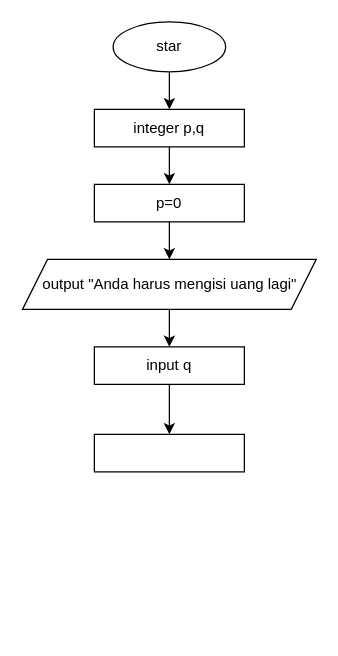
maulliidda/Maulida-Yosi-Hamidah-Vending-Machine-MYH keeps this draw.io diagram as flowchart.drawio. Above is the earlier version. Source tidied: cells renumbered, new cells numbered last; positions are measured from the earlier drawing's top-left corner, leaving out a move shared by most shapes. Both pictures are drawn from the tidied source at 125%, with x=0, y=0 at pixel (22, 21).
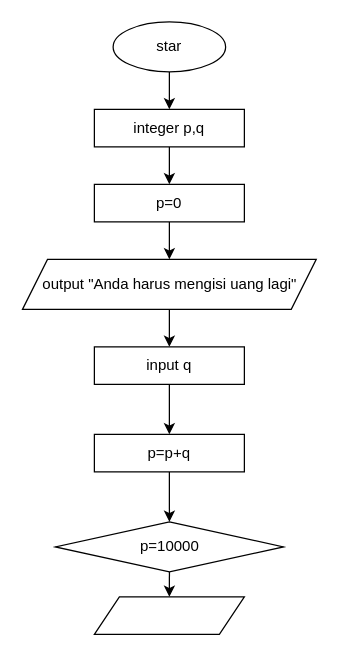
Above is the later version.

Commit message:
If p=10000 while output ambil minuman anda

What changed in the source:
```diff
@@
 <mxGraphModel>
   <root>
     <mxCell id="0" />
     <mxCell id="1" parent="0" />
     <mxCell id="2" style="edgeStyle=none;html=1;" parent="1" edge="1" source="3" target="5">
       <mxGeometry relative="1" as="geometry" />
     </mxCell>
     <mxCell id="3" value="star" style="ellipse;whiteSpace=wrap;html=1;" parent="1" vertex="1">
       <mxGeometry x="72" width="90" height="40" as="geometry" />
     </mxCell>
     <mxCell id="4" style="edgeStyle=none;html=1;" parent="1" edge="1" source="5" target="7">
       <mxGeometry relative="1" as="geometry" />
     </mxCell>
     <mxCell id="5" value="integer p,q" style="whiteSpace=wrap;html=1;" parent="1" vertex="1">
       <mxGeometry x="57" y="70" width="120" height="30" as="geometry" />
     </mxCell>
     <mxCell id="6" style="edgeStyle=none;html=1;" parent="1" edge="1" source="7" target="9">
       <mxGeometry relative="1" as="geometry" />
     </mxCell>
     <mxCell id="7" value="p=0" style="whiteSpace=wrap;html=1;" parent="1" vertex="1">
       <mxGeometry x="57" y="130" width="120" height="30" as="geometry" />
     </mxCell>
     <mxCell id="8" style="edgeStyle=none;html=1;" parent="1" edge="1" source="9" target="11">
       <mxGeometry relative="1" as="geometry" />
     </mxCell>
     <mxCell id="9" value="output &quot;Anda harus mengisi uang lagi&quot;" style="shape=parallelogram;perimeter=parallelogramPerimeter;whiteSpace=wrap;html=1;fixedSize=1;" parent="1" vertex="1">
       <mxGeometry x="-0.5" y="190" width="235" height="40" as="geometry" />
     </mxCell>
     <mxCell id="10" style="edgeStyle=none;html=1;" parent="1" edge="1" source="11" target="12">
       <mxGeometry relative="1" as="geometry" />
     </mxCell>
     <mxCell id="11" value="input q" style="whiteSpace=wrap;html=1;" parent="1" vertex="1">
       <mxGeometry x="57" y="260" width="120" height="30" as="geometry" />
     </mxCell>
+    <mxCell id="13" style="edgeStyle=none;html=1;" parent="1" edge="1" source="12" target="15">
+      <mxGeometry relative="1" as="geometry" />
+    </mxCell>
-    <mxCell id="12" style="whiteSpace=wrap;html=1;" parent="1" vertex="1">
+    <mxCell id="12" value="p=p+q" style="whiteSpace=wrap;html=1;" parent="1" vertex="1">
       <mxGeometry x="57" y="330" width="120" height="30" as="geometry" />
     </mxCell>
+    <mxCell id="14" style="edgeStyle=none;html=1;" parent="1" edge="1" source="15" target="16">
+      <mxGeometry relative="1" as="geometry" />
+    </mxCell>
+    <mxCell id="15" value="p=10000" style="rhombus;whiteSpace=wrap;html=1;" parent="1" vertex="1">
+      <mxGeometry x="25.8" y="400" width="182.5" height="40" as="geometry" />
+    </mxCell>
+    <mxCell id="16" style="shape=parallelogram;perimeter=parallelogramPerimeter;whiteSpace=wrap;html=1;fixedSize=1;" parent="1" vertex="1">
+      <mxGeometry x="57" y="460" width="120" height="30" as="geometry" />
+    </mxCell>
   </root>
 </mxGraphModel>
```
